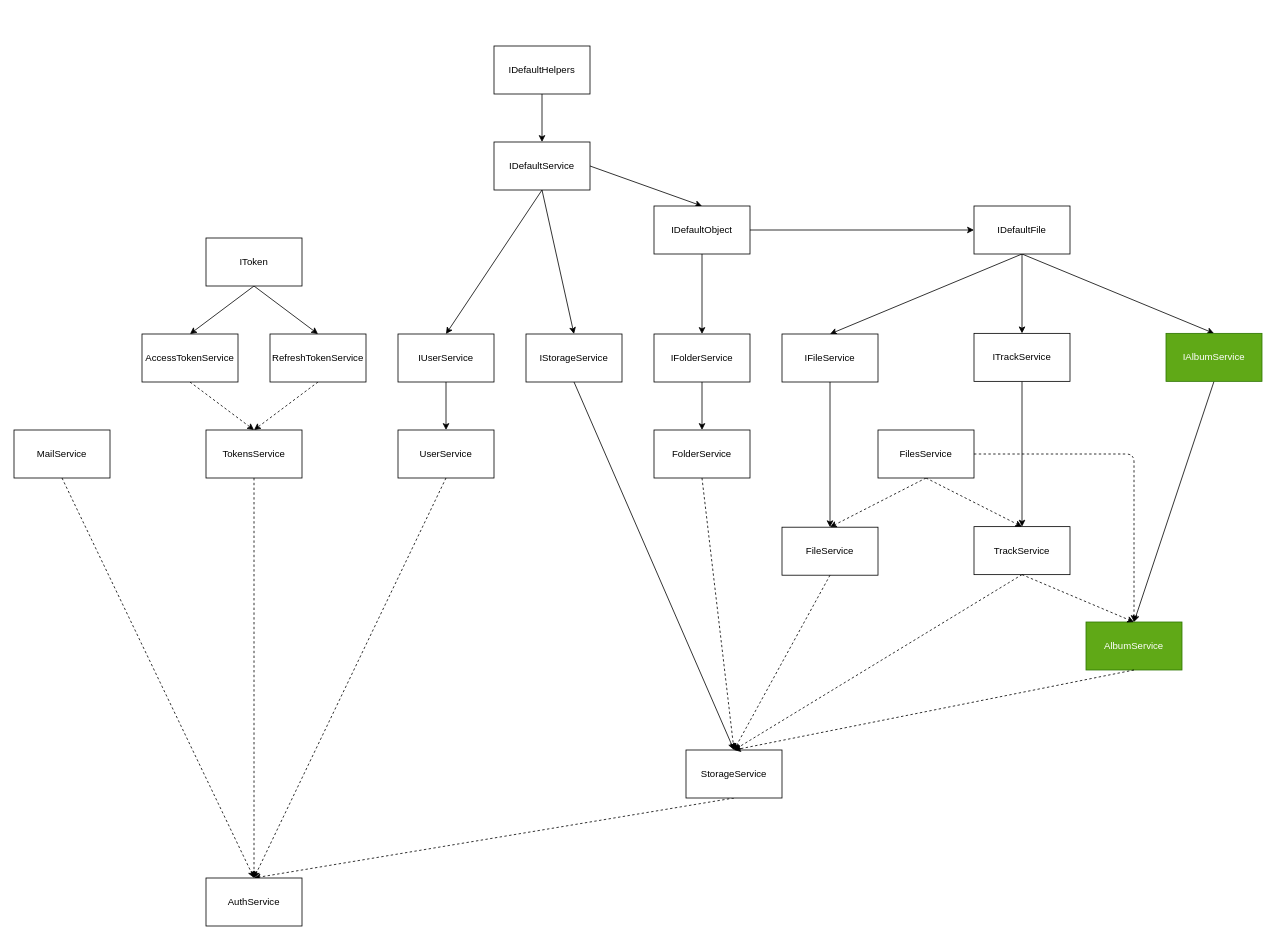
Above: page "Схема" (3 of 3) of project.drawio in WheatleyCODE/storage-server (draw.io), before the change. Source tidied: cells renumbered, new cells numbered last; positions are measured from the earlier drawing's top-left corner, leaving out a move shared by most shapes. Both pictures are drawn from the tidied source at 80%, with x=0, y=0 at pixel (14, 46).
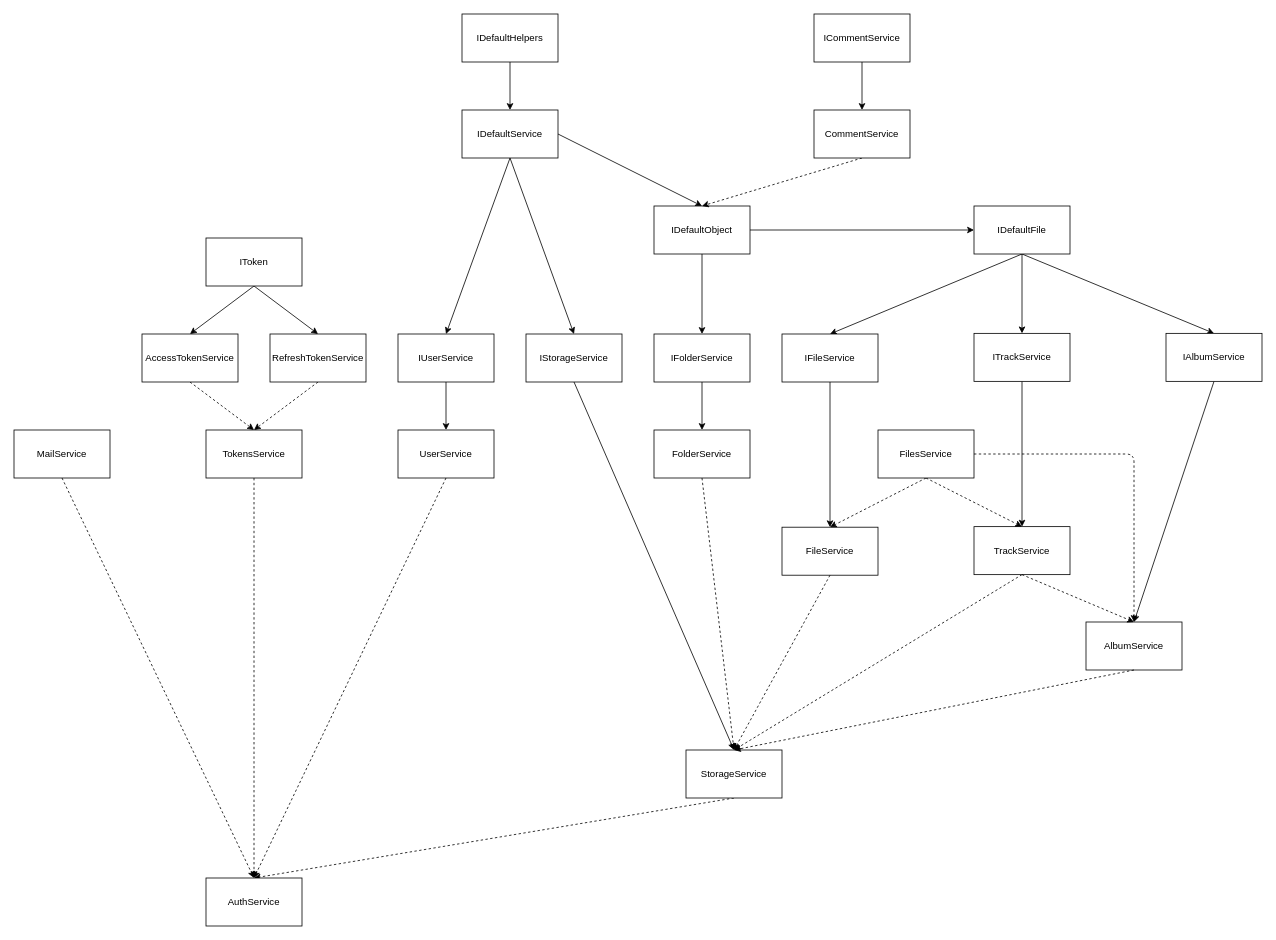
The same page after the edit.

The change refers to these unchanged cells:
```xml
<mxCell id="8" value="IDefaultObject" style="rounded=0;whiteSpace=wrap;html=1;" parent="1" vertex="1">
  <mxGeometry x="800" y="200" width="120" height="60" as="geometry" />
</mxCell>
```

The edit, as a diff of the source:
```diff
@@
     <mxCell id="5" value="IDefaultService" style="rounded=0;whiteSpace=wrap;html=1;" parent="1" vertex="1">
-      <mxGeometry x="600" y="120" width="120" height="60" as="geometry" />
+      <mxGeometry x="560" y="80" width="120" height="60" as="geometry" />
     </mxCell>
@@
     <mxCell id="34" value="IDefaultHelpers" style="rounded=0;whiteSpace=wrap;html=1;" parent="1" vertex="1">
-      <mxGeometry x="600" width="120" height="60" as="geometry" />
+      <mxGeometry x="560" y="-40" width="120" height="60" as="geometry" />
     </mxCell>
@@
-    <mxCell id="52" value="IAlbumService" style="rounded=0;whiteSpace=wrap;html=1;fillColor=#60a917;fontColor=#ffffff;strokeColor=#2D7600;" parent="1" vertex="1">
+    <mxCell id="52" value="IAlbumService" style="rounded=0;whiteSpace=wrap;html=1;" parent="1" vertex="1">
       <mxGeometry x="1440" y="359.2" width="120" height="60" as="geometry" />
     </mxCell>
-    <mxCell id="53" value="AlbumService" style="rounded=0;whiteSpace=wrap;html=1;fillColor=#60a917;fontColor=#ffffff;strokeColor=#2D7600;" parent="1" vertex="1">
+    <mxCell id="53" value="AlbumService" style="rounded=0;whiteSpace=wrap;html=1;" parent="1" vertex="1">
       <mxGeometry x="1340" y="720" width="120" height="60" as="geometry" />
     </mxCell>
@@
+    <mxCell id="56" style="edgeStyle=none;html=1;exitX=0.5;exitY=1;exitDx=0;exitDy=0;entryX=0.5;entryY=0;entryDx=0;entryDy=0;dashed=1;" parent="1" edge="1" source="57" target="8">
+      <mxGeometry relative="1" as="geometry" />
+    </mxCell>
+    <mxCell id="57" value="CommentService" style="rounded=0;whiteSpace=wrap;html=1;" parent="1" vertex="1">
+      <mxGeometry x="1000" y="80" width="120" height="60" as="geometry" />
+    </mxCell>
+    <mxCell id="58" style="edgeStyle=none;html=1;entryX=0.5;entryY=0;entryDx=0;entryDy=0;" parent="1" edge="1" source="59" target="57">
+      <mxGeometry relative="1" as="geometry" />
+    </mxCell>
+    <mxCell id="59" value="ICommentService" style="rounded=0;whiteSpace=wrap;html=1;" parent="1" vertex="1">
+      <mxGeometry x="1000" y="-40" width="120" height="60" as="geometry" />
+    </mxCell>
```
